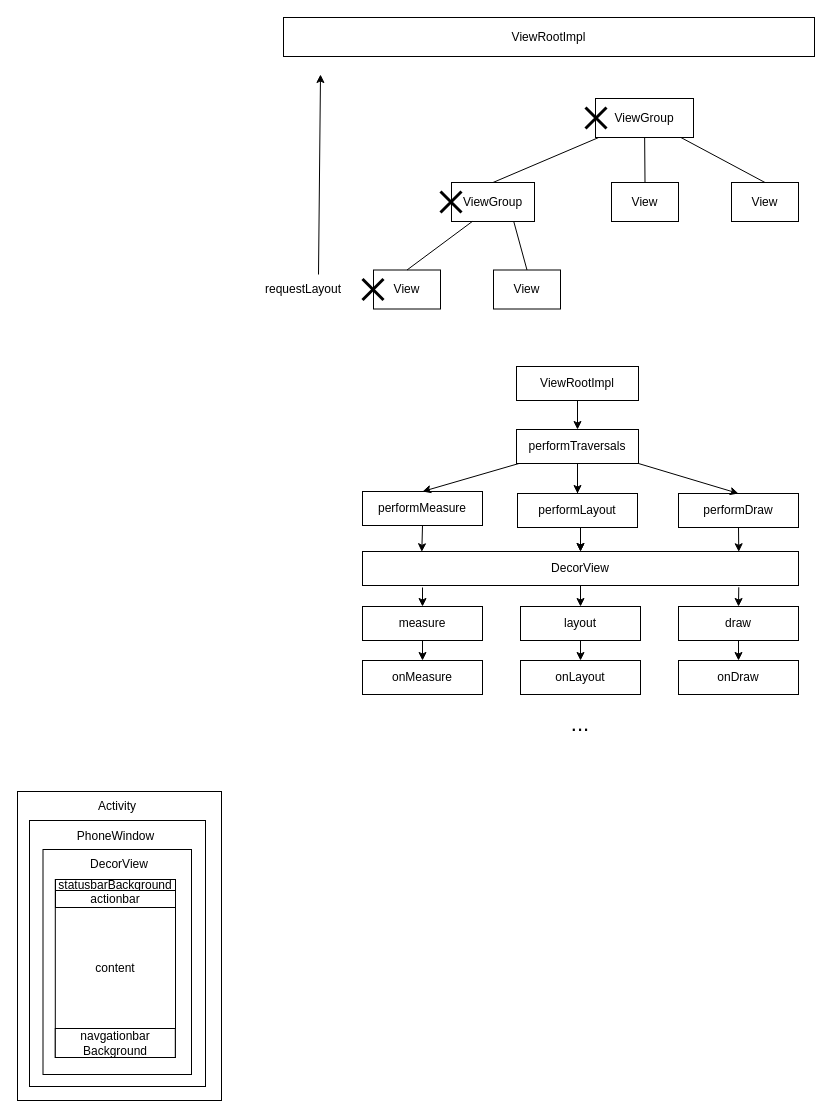
Earlier version of the draw.io diagram 未命名绘图.drawio (tah9/nima). Source tidied: cells renumbered, new cells numbered last; positions are measured from the earlier drawing's top-left corner, leaving out a move shared by most shapes. Both pictures are drawn from the tidied source at 100%, with x=0, y=0 at pixel (17, 17).
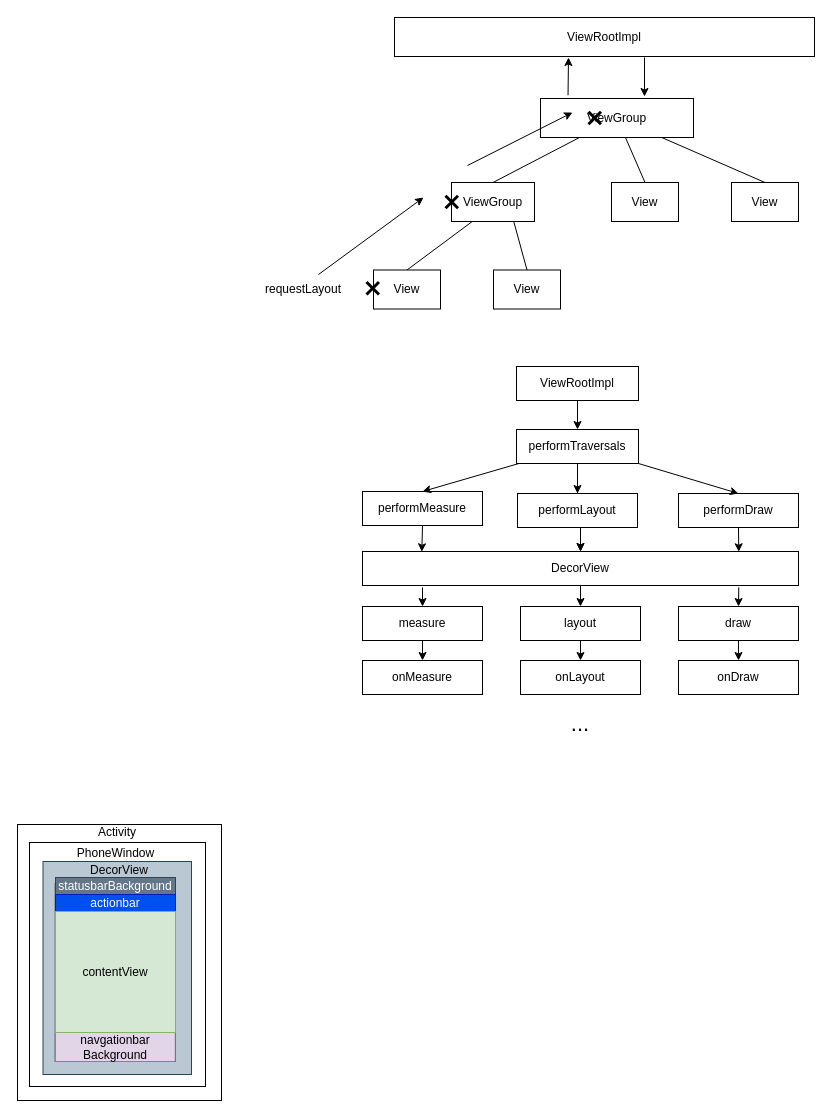
The same diagram, later.

Commit message:
更新未命名绘图.drawio

The change refers to these unchanged cells:
```xml
<mxCell id="2" value="requestLayout" style="text;strokeColor=none;align=center;fillColor=none;html=1;verticalAlign=middle;whiteSpace=wrap;rounded=0;" parent="1" vertex="1">
  <mxGeometry x="256" y="257" width="60" height="30" as="geometry" />
</mxCell>
```

Change to the diagram source:
```diff
@@
     <mxCell id="3" value="ViewGroup" style="rounded=0;whiteSpace=wrap;html=1;" parent="1" vertex="1">
-      <mxGeometry x="578" y="81" width="98" height="39" as="geometry" />
+      <mxGeometry x="523" y="81" width="153" height="39" as="geometry" />
     </mxCell>
@@
     <mxCell id="14" value="ViewRootImpl" style="rounded=0;whiteSpace=wrap;html=1;" parent="1" vertex="1">
-      <mxGeometry x="266" width="531" height="39" as="geometry" />
+      <mxGeometry x="377" width="420" height="39" as="geometry" />
     </mxCell>
     <mxCell id="15" style="shape=umlDestroy;whiteSpace=wrap;html=1;strokeWidth=3;targetShapes=umlLifeline;" parent="1" vertex="1">
-      <mxGeometry x="345" y="261.5" width="21" height="21" as="geometry" />
+      <mxGeometry x="349" y="264.5" width="12.5" height="12.5" as="geometry" />
     </mxCell>
     <mxCell id="16" style="shape=umlDestroy;whiteSpace=wrap;html=1;strokeWidth=3;targetShapes=umlLifeline;" parent="1" vertex="1">
-      <mxGeometry x="423" y="174" width="21" height="21" as="geometry" />
+      <mxGeometry x="428" y="178.2" width="12.5" height="12.5" as="geometry" />
     </mxCell>
     <mxCell id="17" style="shape=umlDestroy;whiteSpace=wrap;html=1;strokeWidth=3;targetShapes=umlLifeline;" parent="1" vertex="1">
-      <mxGeometry x="568" y="90" width="21" height="21" as="geometry" />
+      <mxGeometry x="571" y="94.2" width="12.5" height="12.5" as="geometry" />
     </mxCell>
     <mxCell id="18" style="endArrow=classic;html=1;rounded=0;exitX=0.75;exitY=0;exitDx=0;exitDy=0;" parent="1" edge="1" source="2">
       <mxGeometry relative="1" as="geometry">
-        <mxPoint x="303" y="57" as="targetPoint" />
+        <mxPoint x="406" y="180" as="targetPoint" />
       </mxGeometry>
     </mxCell>
@@
     <mxCell id="46" style="rounded=0;whiteSpace=wrap;html=1;" parent="1" vertex="1">
-      <mxGeometry y="774" width="204" height="309" as="geometry" />
+      <mxGeometry y="807" width="204" height="276" as="geometry" />
     </mxCell>
     <mxCell id="47" value="Activity" style="text;strokeColor=none;align=center;fillColor=none;html=1;verticalAlign=middle;whiteSpace=wrap;rounded=0;" parent="1" vertex="1">
-      <mxGeometry x="70" y="774" width="60" height="30" as="geometry" />
+      <mxGeometry x="70" y="800" width="60" height="30" as="geometry" />
     </mxCell>
     <mxCell id="48" style="rounded=0;whiteSpace=wrap;html=1;" parent="1" vertex="1">
-      <mxGeometry x="12" y="803" width="176" height="266" as="geometry" />
+      <mxGeometry x="12" y="825" width="176" height="244" as="geometry" />
     </mxCell>
-    <mxCell id="49" style="rounded=0;whiteSpace=wrap;html=1;" parent="1" vertex="1">
-      <mxGeometry x="25.5" y="832" width="148.5" height="225" as="geometry" />
+    <mxCell id="49" style="rounded=0;whiteSpace=wrap;html=1;fillColor=#bac8d3;strokeColor=#23445d;" parent="1" vertex="1">
+      <mxGeometry x="25.5" y="844" width="148.5" height="213" as="geometry" />
     </mxCell>
     <mxCell id="50" value="PhoneWindow" style="text;strokeColor=none;align=center;fillColor=none;html=1;verticalAlign=middle;whiteSpace=wrap;rounded=0;" parent="1" vertex="1">
-      <mxGeometry x="55.5" y="804" width="84.5" height="30" as="geometry" />
+      <mxGeometry x="55.5" y="825" width="84.5" height="22" as="geometry" />
     </mxCell>
     <mxCell id="51" value="DecorView" style="text;strokeColor=none;align=center;fillColor=none;html=1;verticalAlign=middle;whiteSpace=wrap;rounded=0;" parent="1" vertex="1">
-      <mxGeometry x="72" y="832" width="60" height="30" as="geometry" />
+      <mxGeometry x="72" y="844" width="60" height="18" as="geometry" />
     </mxCell>
-    <mxCell id="52" value="content" style="rounded=0;whiteSpace=wrap;html=1;" parent="1" vertex="1">
-      <mxGeometry x="37.8" y="862" width="120.2" height="178" as="geometry" />
+    <mxCell id="52" style="rounded=0;whiteSpace=wrap;html=1;" parent="1" vertex="1">
+      <mxGeometry x="37.8" y="866" width="120.2" height="178" as="geometry" />
     </mxCell>
-    <mxCell id="53" value="statusbarBackground" style="rounded=0;whiteSpace=wrap;html=1;" parent="1" vertex="1">
-      <mxGeometry x="38" y="862" width="120" height="11" as="geometry" />
+    <mxCell id="53" value="statusbarBackground" style="rounded=0;whiteSpace=wrap;html=1;fillColor=#647687;fontColor=#ffffff;strokeColor=#314354;" parent="1" vertex="1">
+      <mxGeometry x="38" y="860" width="120" height="17" as="geometry" />
     </mxCell>
-    <mxCell id="54" value="navgationbar&lt;br&gt;Background" style="rounded=0;whiteSpace=wrap;html=1;" parent="1" vertex="1">
-      <mxGeometry x="37.8" y="1011" width="120" height="29" as="geometry" />
+    <mxCell id="54" value="navgationbar&lt;br&gt;Background" style="rounded=0;whiteSpace=wrap;html=1;fillColor=#e1d5e7;strokeColor=#9673a6;" parent="1" vertex="1">
+      <mxGeometry x="37.8" y="1015" width="120" height="29" as="geometry" />
     </mxCell>
-    <mxCell id="55" value="actionbar" style="rounded=0;whiteSpace=wrap;html=1;" parent="1" vertex="1">
-      <mxGeometry x="38" y="873" width="120" height="17" as="geometry" />
+    <mxCell id="55" value="actionbar" style="rounded=0;whiteSpace=wrap;html=1;fillColor=#0050ef;fontColor=#ffffff;strokeColor=#001DBC;" parent="1" vertex="1">
+      <mxGeometry x="38" y="877" width="120" height="17" as="geometry" />
     </mxCell>
+    <mxCell id="56" value="contentView" style="rounded=0;whiteSpace=wrap;html=1;fillColor=#d5e8d4;strokeColor=#82b366;" parent="1" vertex="1">
+      <mxGeometry x="38" y="894" width="120" height="121" as="geometry" />
+    </mxCell>
+    <mxCell id="57" style="endArrow=classic;html=1;rounded=0;" parent="1" edge="1">
+      <mxGeometry relative="1" as="geometry">
+        <mxPoint x="450" y="148" as="sourcePoint" />
+        <mxPoint x="555" y="95" as="targetPoint" />
+      </mxGeometry>
+    </mxCell>
+    <mxCell id="58" style="endArrow=none;html=1;rounded=0;verticalAlign=middle;endFill=0;startArrow=classic;startFill=1;" parent="1" edge="1">
+      <mxGeometry relative="1" as="geometry">
+        <mxPoint x="627" y="79" as="sourcePoint" />
+        <mxPoint x="627" y="40" as="targetPoint" />
+      </mxGeometry>
+    </mxCell>
+    <mxCell id="59" style="endArrow=classic;html=1;rounded=0;exitX=0.18;exitY=-0.085;exitDx=0;exitDy=0;exitPerimeter=0;" parent="1" edge="1" source="3">
+      <mxGeometry relative="1" as="geometry">
+        <mxPoint x="551" y="40" as="targetPoint" />
+      </mxGeometry>
+    </mxCell>
```
